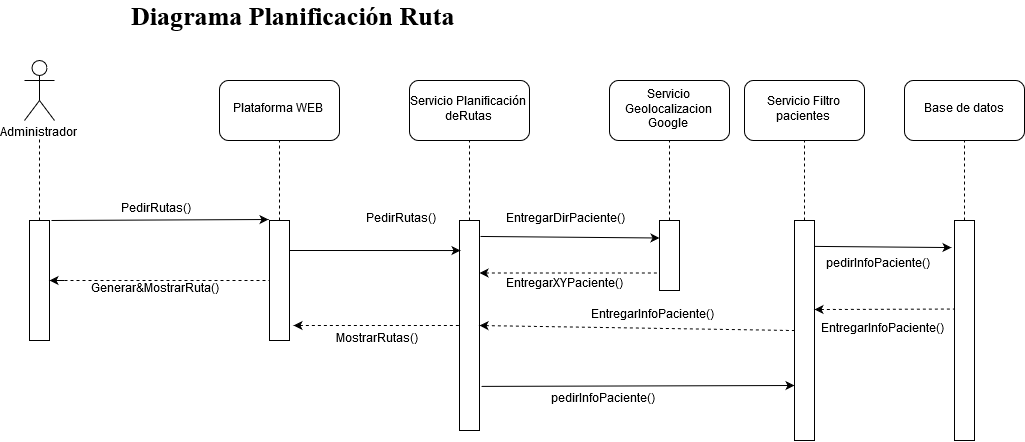
DanSotoC/G4HD keeps this draw.io diagram as Diagramas de secuencias/Diagrama Secuencia Planificación Ruta.png. Above is the earlier version. Source tidied: cells renumbered, new cells last; positions are measured from the earlier drawing's top-left corner, leaving out a move shared by most shapes.
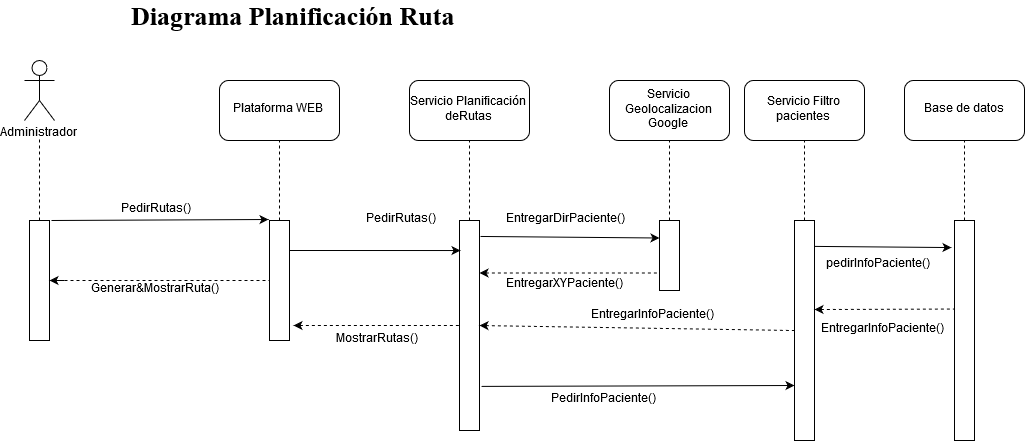
The same diagram one commit later.

Diff of the diagram source:
```diff
@@ -85,7 +85,7 @@
     <mxCell id="25" style="endArrow=classic;html=1;exitX=1.1;exitY=0.79;exitDx=0;exitDy=0;entryX=0;entryY=0.75;entryDx=0;entryDy=0;exitPerimeter=0;" parent="1" edge="1" source="11" target="27">
       <mxGeometry relative="1" as="geometry" />
     </mxCell>
-    <mxCell id="26" value="pedirInfoPaciente()" style="text;html=1;align=left;verticalAlign=top;spacingTop=-4;" parent="1" vertex="1">
+    <mxCell id="26" value="PedirInfoPaciente()" style="text;html=1;align=left;verticalAlign=top;spacingTop=-4;" parent="1" vertex="1">
       <mxGeometry x="525" y="390" width="120" height="20" as="geometry" />
     </mxCell>
     <mxCell id="27" style="rounded=0;whiteSpace=wrap;html=1;" parent="1" vertex="1">
```
